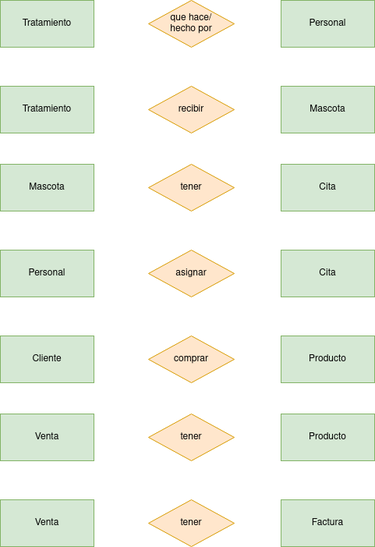
Before: ER/ClinicaVeterinariaER.drawio.png, a diagram exported from draw.io (popadron/trabajoFINALBAE). Source tidied: cells renumbered, new cells last; positions are measured from the earlier drawing's top-left corner, leaving out a move shared by most shapes.
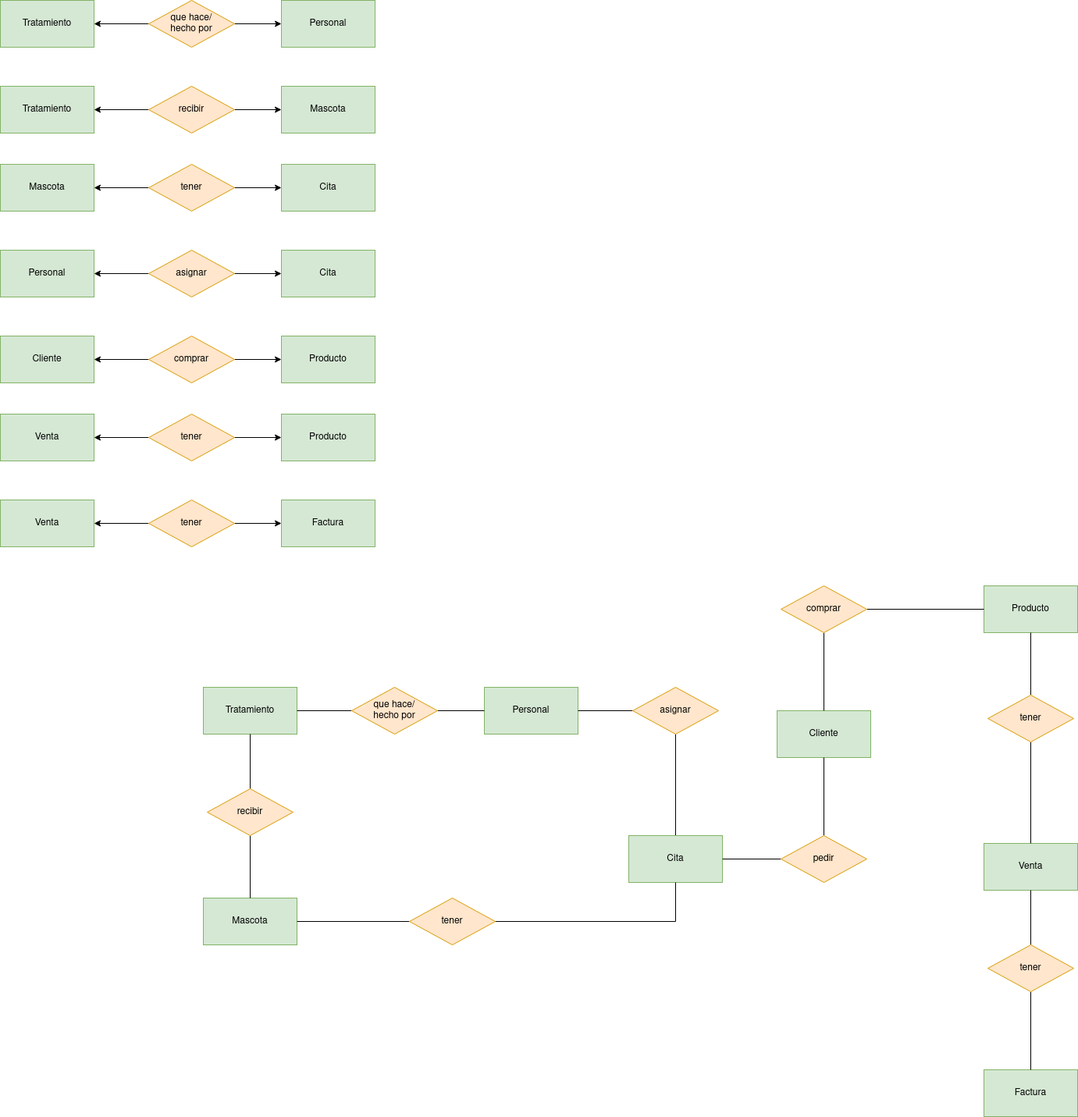
The same diagram one commit later.

Commit message:
feat(ER): diagrama unido #1

What changed in the source:
```diff
@@ -26,44 +26,182 @@
     <mxCell id="9" value="Producto" style="rounded=0;whiteSpace=wrap;html=1;fillColor=#d5e8d4;strokeColor=#82b366;" parent="1" vertex="1">
       <mxGeometry x="360" y="430" width="120" height="60" as="geometry" />
     </mxCell>
+    <mxCell id="23" style="edgeStyle=orthogonalEdgeStyle;rounded=0;jettySize=auto;html=1;" parent="1" edge="1" source="10" target="4">
+      <mxGeometry relative="1" as="geometry" />
+    </mxCell>
+    <mxCell id="24" style="edgeStyle=orthogonalEdgeStyle;rounded=0;jettySize=auto;html=1;" parent="1" edge="1" source="10" target="2">
+      <mxGeometry relative="1" as="geometry" />
+    </mxCell>
     <mxCell id="10" value="&lt;div&gt;que hace/&lt;/div&gt;&lt;div&gt;hecho por&lt;br&gt;&lt;/div&gt;" style="rhombus;whiteSpace=wrap;html=1;fillColor=#ffe6cc;strokeColor=#d79b00;" parent="1" vertex="1">
       <mxGeometry x="190" width="110" height="60" as="geometry" />
     </mxCell>
     <mxCell id="11" value="Tratamiento" style="rounded=0;whiteSpace=wrap;html=1;fillColor=#d5e8d4;strokeColor=#82b366;" parent="1" vertex="1">
       <mxGeometry y="110" width="120" height="60" as="geometry" />
     </mxCell>
+    <mxCell id="25" style="edgeStyle=orthogonalEdgeStyle;rounded=0;jettySize=auto;html=1;" parent="1" edge="1" source="12" target="3">
+      <mxGeometry relative="1" as="geometry" />
+    </mxCell>
+    <mxCell id="26" style="edgeStyle=orthogonalEdgeStyle;rounded=0;jettySize=auto;html=1;" parent="1" edge="1" source="12" target="11">
+      <mxGeometry relative="1" as="geometry" />
+    </mxCell>
     <mxCell id="12" value="recibir" style="rhombus;whiteSpace=wrap;html=1;fillColor=#ffe6cc;strokeColor=#d79b00;" parent="1" vertex="1">
       <mxGeometry x="190" y="110" width="110" height="60" as="geometry" />
     </mxCell>
     <mxCell id="13" value="Mascota" style="rounded=0;whiteSpace=wrap;html=1;fillColor=#d5e8d4;strokeColor=#82b366;" parent="1" vertex="1">
       <mxGeometry y="210" width="120" height="60" as="geometry" />
     </mxCell>
+    <mxCell id="27" style="edgeStyle=orthogonalEdgeStyle;rounded=0;jettySize=auto;html=1;" parent="1" edge="1" source="14" target="13">
+      <mxGeometry relative="1" as="geometry" />
+    </mxCell>
+    <mxCell id="28" style="edgeStyle=orthogonalEdgeStyle;rounded=0;jettySize=auto;html=1;" parent="1" edge="1" source="14" target="8">
+      <mxGeometry relative="1" as="geometry" />
+    </mxCell>
     <mxCell id="14" value="tener" style="rhombus;whiteSpace=wrap;html=1;fillColor=#ffe6cc;strokeColor=#d79b00;" parent="1" vertex="1">
       <mxGeometry x="190" y="210" width="110" height="60" as="geometry" />
     </mxCell>
     <mxCell id="15" value="Personal" style="rounded=0;whiteSpace=wrap;html=1;fillColor=#d5e8d4;strokeColor=#82b366;" parent="1" vertex="1">
       <mxGeometry y="320" width="120" height="60" as="geometry" />
     </mxCell>
+    <mxCell id="29" style="edgeStyle=orthogonalEdgeStyle;rounded=0;jettySize=auto;html=1;" parent="1" edge="1" source="16" target="15">
+      <mxGeometry relative="1" as="geometry" />
+    </mxCell>
+    <mxCell id="30" style="edgeStyle=orthogonalEdgeStyle;rounded=0;jettySize=auto;html=1;" parent="1" edge="1" source="16" target="17">
+      <mxGeometry relative="1" as="geometry" />
+    </mxCell>
     <mxCell id="16" value="asignar" style="rhombus;whiteSpace=wrap;html=1;fillColor=#ffe6cc;strokeColor=#d79b00;" parent="1" vertex="1">
       <mxGeometry x="190" y="320" width="110" height="60" as="geometry" />
     </mxCell>
     <mxCell id="17" value="Cita" style="rounded=0;whiteSpace=wrap;html=1;fillColor=#d5e8d4;strokeColor=#82b366;" parent="1" vertex="1">
       <mxGeometry x="360" y="320" width="120" height="60" as="geometry" />
     </mxCell>
+    <mxCell id="31" style="edgeStyle=orthogonalEdgeStyle;rounded=0;jettySize=auto;html=1;" parent="1" edge="1" source="18" target="7">
+      <mxGeometry relative="1" as="geometry" />
+    </mxCell>
+    <mxCell id="32" style="edgeStyle=orthogonalEdgeStyle;rounded=0;jettySize=auto;html=1;" parent="1" edge="1" source="18" target="9">
+      <mxGeometry relative="1" as="geometry" />
+    </mxCell>
     <mxCell id="18" value="comprar" style="rhombus;whiteSpace=wrap;html=1;fillColor=#ffe6cc;strokeColor=#d79b00;" parent="1" vertex="1">
       <mxGeometry x="190" y="430" width="110" height="60" as="geometry" />
     </mxCell>
     <mxCell id="19" value="Producto" style="rounded=0;whiteSpace=wrap;html=1;fillColor=#d5e8d4;strokeColor=#82b366;" parent="1" vertex="1">
       <mxGeometry x="360" y="530" width="120" height="60" as="geometry" />
     </mxCell>
+    <mxCell id="33" style="edgeStyle=orthogonalEdgeStyle;rounded=0;jettySize=auto;html=1;" parent="1" edge="1" source="20" target="5">
+      <mxGeometry relative="1" as="geometry" />
+    </mxCell>
+    <mxCell id="34" style="edgeStyle=orthogonalEdgeStyle;rounded=0;jettySize=auto;html=1;" parent="1" edge="1" source="20" target="19">
+      <mxGeometry relative="1" as="geometry" />
+    </mxCell>
     <mxCell id="20" value="tener" style="rhombus;whiteSpace=wrap;html=1;fillColor=#ffe6cc;strokeColor=#d79b00;" parent="1" vertex="1">
       <mxGeometry x="190" y="530" width="110" height="60" as="geometry" />
     </mxCell>
     <mxCell id="21" value="Venta" style="rounded=0;whiteSpace=wrap;html=1;fillColor=#d5e8d4;strokeColor=#82b366;" parent="1" vertex="1">
       <mxGeometry y="640" width="120" height="60" as="geometry" />
     </mxCell>
+    <mxCell id="35" style="edgeStyle=orthogonalEdgeStyle;rounded=0;jettySize=auto;html=1;" parent="1" edge="1" source="22" target="21">
+      <mxGeometry relative="1" as="geometry" />
+    </mxCell>
+    <mxCell id="36" style="edgeStyle=orthogonalEdgeStyle;rounded=0;jettySize=auto;html=1;" parent="1" edge="1" source="22" target="6">
+      <mxGeometry relative="1" as="geometry" />
+    </mxCell>
     <mxCell id="22" value="tener" style="rhombus;whiteSpace=wrap;html=1;fillColor=#ffe6cc;strokeColor=#d79b00;" parent="1" vertex="1">
       <mxGeometry x="190" y="640" width="110" height="60" as="geometry" />
     </mxCell>
+    <mxCell id="37" value="Personal" style="rounded=0;whiteSpace=wrap;html=1;fillColor=#d5e8d4;strokeColor=#82b366;" parent="1" vertex="1">
+      <mxGeometry x="620" y="880" width="120" height="60" as="geometry" />
+    </mxCell>
+    <mxCell id="38" value="Tratamiento" style="rounded=0;whiteSpace=wrap;html=1;fillColor=#d5e8d4;strokeColor=#82b366;" parent="1" vertex="1">
+      <mxGeometry x="260" y="880" width="120" height="60" as="geometry" />
+    </mxCell>
+    <mxCell id="39" style="edgeStyle=orthogonalEdgeStyle;rounded=0;jettySize=auto;html=1;endArrow=none;endFill=0;" parent="1" edge="1" source="41" target="38">
+      <mxGeometry relative="1" as="geometry" />
+    </mxCell>
+    <mxCell id="40" style="edgeStyle=orthogonalEdgeStyle;rounded=0;jettySize=auto;html=1;endArrow=none;endFill=0;" parent="1" edge="1" source="41" target="37">
+      <mxGeometry relative="1" as="geometry" />
+    </mxCell>
+    <mxCell id="41" value="&lt;div&gt;que hace/&lt;/div&gt;&lt;div&gt;hecho por&lt;br&gt;&lt;/div&gt;" style="rhombus;whiteSpace=wrap;html=1;fillColor=#ffe6cc;strokeColor=#d79b00;" parent="1" vertex="1">
+      <mxGeometry x="450" y="880" width="110" height="60" as="geometry" />
+    </mxCell>
+    <mxCell id="42" style="edgeStyle=orthogonalEdgeStyle;rounded=0;jettySize=auto;html=1;endArrow=none;endFill=0;" parent="1" edge="1" source="44" target="45">
+      <mxGeometry relative="1" as="geometry" />
+    </mxCell>
+    <mxCell id="43" style="edgeStyle=orthogonalEdgeStyle;rounded=0;jettySize=auto;html=1;endArrow=none;endFill=0;" parent="1" edge="1" source="44" target="37">
+      <mxGeometry relative="1" as="geometry" />
+    </mxCell>
+    <mxCell id="44" value="asignar" style="rhombus;whiteSpace=wrap;html=1;fillColor=#ffe6cc;strokeColor=#d79b00;" parent="1" vertex="1">
+      <mxGeometry x="810" y="880" width="110" height="60" as="geometry" />
+    </mxCell>
+    <mxCell id="45" value="Cita" style="rounded=0;whiteSpace=wrap;html=1;fillColor=#d5e8d4;strokeColor=#82b366;" parent="1" vertex="1">
+      <mxGeometry x="805" y="1070" width="120" height="60" as="geometry" />
+    </mxCell>
+    <mxCell id="46" value="Mascota" style="rounded=0;whiteSpace=wrap;html=1;fillColor=#d5e8d4;strokeColor=#82b366;" parent="1" vertex="1">
+      <mxGeometry x="260" y="1150" width="120" height="60" as="geometry" />
+    </mxCell>
+    <mxCell id="47" style="edgeStyle=orthogonalEdgeStyle;rounded=0;jettySize=auto;html=1;endArrow=none;endFill=0;" parent="1" edge="1" source="49" target="46">
+      <mxGeometry relative="1" as="geometry" />
+    </mxCell>
+    <mxCell id="48" style="edgeStyle=orthogonalEdgeStyle;rounded=0;jettySize=auto;html=1;endArrow=none;endFill=0;" parent="1" edge="1" source="49" target="38">
+      <mxGeometry relative="1" as="geometry" />
+    </mxCell>
+    <mxCell id="49" value="recibir" style="rhombus;whiteSpace=wrap;html=1;fillColor=#ffe6cc;strokeColor=#d79b00;" parent="1" vertex="1">
+      <mxGeometry x="265" y="1010" width="110" height="60" as="geometry" />
+    </mxCell>
+    <mxCell id="50" style="edgeStyle=orthogonalEdgeStyle;rounded=0;jettySize=auto;html=1;endArrow=none;endFill=0;" parent="1" edge="1" source="52" target="45">
+      <mxGeometry relative="1" as="geometry" />
+    </mxCell>
+    <mxCell id="51" style="edgeStyle=orthogonalEdgeStyle;rounded=0;jettySize=auto;html=1;endArrow=none;endFill=0;" parent="1" edge="1" source="52" target="46">
+      <mxGeometry relative="1" as="geometry" />
+    </mxCell>
+    <mxCell id="52" value="tener" style="rhombus;whiteSpace=wrap;html=1;fillColor=#ffe6cc;strokeColor=#d79b00;" parent="1" vertex="1">
+      <mxGeometry x="524" y="1150" width="110" height="60" as="geometry" />
+    </mxCell>
+    <mxCell id="53" value="Cliente" style="rounded=0;whiteSpace=wrap;html=1;fillColor=#d5e8d4;strokeColor=#82b366;" parent="1" vertex="1">
+      <mxGeometry x="995" y="910" width="120" height="60" as="geometry" />
+    </mxCell>
+    <mxCell id="54" value="Producto" style="rounded=0;whiteSpace=wrap;html=1;fillColor=#d5e8d4;strokeColor=#82b366;" parent="1" vertex="1">
+      <mxGeometry x="1260" y="750" width="120" height="60" as="geometry" />
+    </mxCell>
+    <mxCell id="55" style="edgeStyle=orthogonalEdgeStyle;rounded=0;jettySize=auto;html=1;endArrow=none;endFill=0;" parent="1" edge="1" source="57" target="53">
+      <mxGeometry relative="1" as="geometry" />
+    </mxCell>
+    <mxCell id="56" style="edgeStyle=orthogonalEdgeStyle;rounded=0;jettySize=auto;html=1;endArrow=none;endFill=0;" parent="1" edge="1" source="57" target="54">
+      <mxGeometry relative="1" as="geometry" />
+    </mxCell>
+    <mxCell id="57" value="comprar" style="rhombus;whiteSpace=wrap;html=1;fillColor=#ffe6cc;strokeColor=#d79b00;" parent="1" vertex="1">
+      <mxGeometry x="1000" y="750" width="110" height="60" as="geometry" />
+    </mxCell>
+    <mxCell id="58" value="Venta" style="rounded=0;whiteSpace=wrap;html=1;fillColor=#d5e8d4;strokeColor=#82b366;" parent="1" vertex="1">
+      <mxGeometry x="1260" y="1080" width="120" height="60" as="geometry" />
+    </mxCell>
+    <mxCell id="59" style="edgeStyle=orthogonalEdgeStyle;rounded=0;jettySize=auto;html=1;endArrow=none;endFill=0;" parent="1" edge="1" source="61" target="58">
+      <mxGeometry relative="1" as="geometry" />
+    </mxCell>
+    <mxCell id="60" style="edgeStyle=orthogonalEdgeStyle;rounded=0;jettySize=auto;html=1;endArrow=none;endFill=0;" parent="1" edge="1" source="61" target="54">
+      <mxGeometry relative="1" as="geometry" />
+    </mxCell>
+    <mxCell id="61" value="tener" style="rhombus;whiteSpace=wrap;html=1;fillColor=#ffe6cc;strokeColor=#d79b00;" parent="1" vertex="1">
+      <mxGeometry x="1265" y="890" width="110" height="60" as="geometry" />
+    </mxCell>
+    <mxCell id="62" value="Factura" style="rounded=0;whiteSpace=wrap;html=1;fillColor=#d5e8d4;strokeColor=#82b366;" parent="1" vertex="1">
+      <mxGeometry x="1260" y="1370" width="120" height="60" as="geometry" />
+    </mxCell>
+    <mxCell id="63" style="edgeStyle=orthogonalEdgeStyle;rounded=0;jettySize=auto;html=1;endArrow=none;endFill=0;" parent="1" edge="1" source="65" target="62">
+      <mxGeometry relative="1" as="geometry" />
+    </mxCell>
+    <mxCell id="64" style="edgeStyle=orthogonalEdgeStyle;rounded=0;jettySize=auto;html=1;endArrow=none;endFill=0;" parent="1" edge="1" source="65" target="58">
+      <mxGeometry relative="1" as="geometry" />
+    </mxCell>
+    <mxCell id="65" value="tener" style="rhombus;whiteSpace=wrap;html=1;fillColor=#ffe6cc;strokeColor=#d79b00;" parent="1" vertex="1">
+      <mxGeometry x="1265" y="1210" width="110" height="60" as="geometry" />
+    </mxCell>
+    <mxCell id="66" style="edgeStyle=orthogonalEdgeStyle;rounded=0;jettySize=auto;html=1;endArrow=none;endFill=0;" parent="1" edge="1" source="68" target="53">
+      <mxGeometry relative="1" as="geometry" />
+    </mxCell>
+    <mxCell id="67" style="edgeStyle=orthogonalEdgeStyle;rounded=0;jettySize=auto;html=1;endArrow=none;endFill=0;" parent="1" edge="1" source="68" target="45">
+      <mxGeometry relative="1" as="geometry" />
+    </mxCell>
+    <mxCell id="68" value="pedir" style="rhombus;whiteSpace=wrap;html=1;fillColor=#ffe6cc;strokeColor=#d79b00;" parent="1" vertex="1">
+      <mxGeometry x="1000" y="1070" width="110" height="60" as="geometry" />
+    </mxCell>
   </root>
 </mxGraphModel>
```
